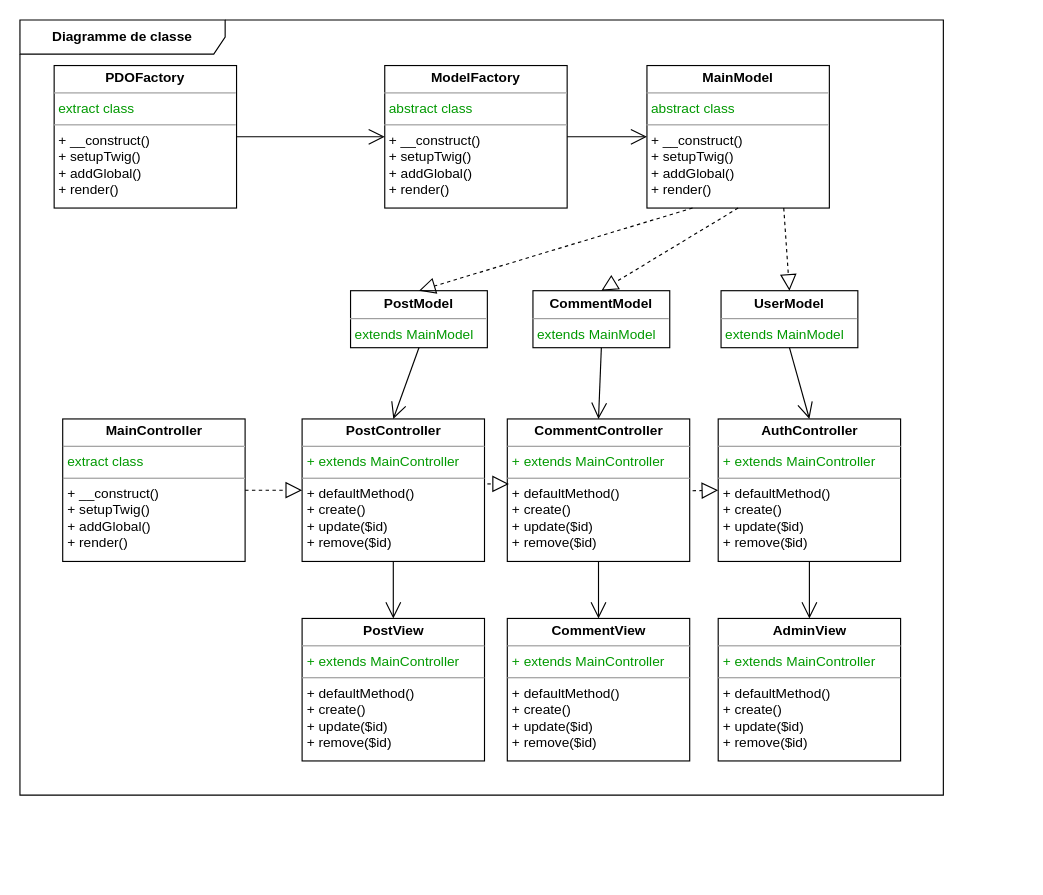
thomas-claireau/PHP---P6-Openclassrooms keeps this draw.io diagram as uml-diagrams/drawio/class-diagram.drawio. Above is the earlier version. Source tidied: cells renumbered, new cells numbered last; positions are measured from the earlier drawing's top-left corner, leaving out a move shared by most shapes. Both pictures are drawn from the tidied source at 114%, with x=0, y=0 at pixel (19, 19).
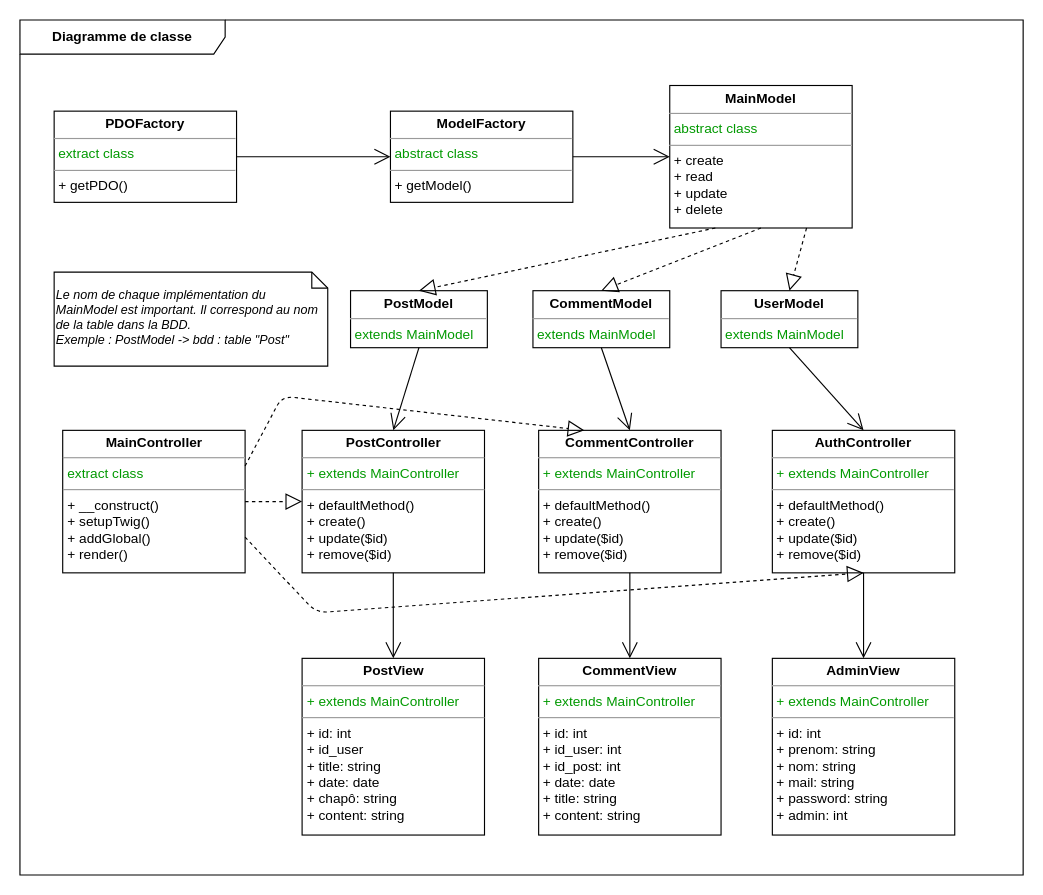
The same diagram, later.

Commit message:
update class diagram

Diff of the diagram source:
```diff
@@
     <mxCell id="2" value="&lt;b&gt;Diagramme de classe&lt;/b&gt;" style="shape=umlFrame;whiteSpace=wrap;html=1;width=180;height=30;fillColor=#FFFFFF;swimlaneFillColor=#ffffff;" parent="1" vertex="1">
-      <mxGeometry width="810" height="680" as="geometry" />
+      <mxGeometry width="880" height="750" as="geometry" />
     </mxCell>
     <mxCell id="3" value="&lt;p style=&quot;margin: 0px ; margin-top: 4px ; text-align: center&quot;&gt;&lt;b&gt;MainController&lt;/b&gt;&lt;/p&gt;&lt;hr size=&quot;1&quot;&gt;&lt;p style=&quot;margin: 0px ; margin-left: 4px&quot;&gt;&lt;font color=&quot;#009900&quot;&gt;extract class&lt;/font&gt;&lt;/p&gt;&lt;hr size=&quot;1&quot;&gt;&lt;p style=&quot;margin: 0px ; margin-left: 4px&quot;&gt;+ __construct()&lt;/p&gt;&lt;p style=&quot;margin: 0px ; margin-left: 4px&quot;&gt;+ setupTwig()&lt;/p&gt;&lt;p style=&quot;margin: 0px ; margin-left: 4px&quot;&gt;+ addGlobal()&lt;/p&gt;&lt;p style=&quot;margin: 0px ; margin-left: 4px&quot;&gt;+ render()&lt;/p&gt;&amp;nbsp;" style="verticalAlign=top;align=left;overflow=fill;fontSize=12;fontFamily=Helvetica;html=1;strokeColor=#000000;fillColor=#FFFFFF;gradientColor=none;gradientDirection=north;" parent="1" vertex="1">
-      <mxGeometry x="37.5" y="350" width="160" height="125" as="geometry" />
+      <mxGeometry x="37.5" y="360" width="160" height="125" as="geometry" />
     </mxCell>
     <mxCell id="4" value="&lt;p style=&quot;margin: 0px ; margin-top: 4px ; text-align: center&quot;&gt;&lt;b&gt;PostController&lt;/b&gt;&lt;/p&gt;&lt;hr size=&quot;1&quot;&gt;&lt;p style=&quot;margin: 0px ; margin-left: 4px&quot;&gt;&lt;font color=&quot;#009900&quot;&gt;+ extends MainController&lt;br&gt;&lt;/font&gt;&lt;/p&gt;&lt;hr size=&quot;1&quot;&gt;&lt;p style=&quot;margin: 0px ; margin-left: 4px&quot;&gt;+ defaultMethod()&lt;/p&gt;&lt;p style=&quot;margin: 0px ; margin-left: 4px&quot;&gt;+ create()&lt;/p&gt;&lt;p style=&quot;margin: 0px ; margin-left: 4px&quot;&gt;+ update($id)&lt;/p&gt;&lt;p style=&quot;margin: 0px ; margin-left: 4px&quot;&gt;+ remove($id)&lt;/p&gt;&amp;nbsp;" style="verticalAlign=top;align=left;overflow=fill;fontSize=12;fontFamily=Helvetica;html=1;strokeColor=#000000;fillColor=#FFFFFF;gradientColor=none;gradientDirection=north;" parent="1" vertex="1">
-      <mxGeometry x="247.5" y="350" width="160" height="125" as="geometry" />
+      <mxGeometry x="247.5" y="360" width="160" height="125" as="geometry" />
     </mxCell>
     <mxCell id="5" value="&lt;p style=&quot;margin: 0px ; margin-top: 4px ; text-align: center&quot;&gt;&lt;b&gt;CommentController&lt;/b&gt;&lt;/p&gt;&lt;hr size=&quot;1&quot;&gt;&lt;p style=&quot;margin: 0px ; margin-left: 4px&quot;&gt;&lt;font color=&quot;#009900&quot;&gt;+ extends MainController&lt;br&gt;&lt;/font&gt;&lt;/p&gt;&lt;hr size=&quot;1&quot;&gt;&lt;p style=&quot;margin: 0px ; margin-left: 4px&quot;&gt;+ defaultMethod()&lt;/p&gt;&lt;p style=&quot;margin: 0px ; margin-left: 4px&quot;&gt;+ create()&lt;/p&gt;&lt;p style=&quot;margin: 0px ; margin-left: 4px&quot;&gt;+ update($id)&lt;/p&gt;&lt;p style=&quot;margin: 0px ; margin-left: 4px&quot;&gt;+ remove($id)&lt;/p&gt;&amp;nbsp;" style="verticalAlign=top;align=left;overflow=fill;fontSize=12;fontFamily=Helvetica;html=1;strokeColor=#000000;fillColor=#FFFFFF;gradientColor=none;gradientDirection=north;" parent="1" vertex="1">
-      <mxGeometry x="427.5" y="350" width="160" height="125" as="geometry" />
+      <mxGeometry x="455" y="360" width="160" height="125" as="geometry" />
     </mxCell>
     <mxCell id="6" value="&lt;p style=&quot;margin: 0px ; margin-top: 4px ; text-align: center&quot;&gt;&lt;b&gt;AuthController&lt;/b&gt;&lt;/p&gt;&lt;hr size=&quot;1&quot;&gt;&lt;p style=&quot;margin: 0px ; margin-left: 4px&quot;&gt;&lt;font color=&quot;#009900&quot;&gt;+ extends MainController&lt;br&gt;&lt;/font&gt;&lt;/p&gt;&lt;hr size=&quot;1&quot;&gt;&lt;p style=&quot;margin: 0px ; margin-left: 4px&quot;&gt;+ defaultMethod()&lt;/p&gt;&lt;p style=&quot;margin: 0px ; margin-left: 4px&quot;&gt;+ create()&lt;/p&gt;&lt;p style=&quot;margin: 0px ; margin-left: 4px&quot;&gt;+ update($id)&lt;/p&gt;&lt;p style=&quot;margin: 0px ; margin-left: 4px&quot;&gt;+ remove($id)&lt;/p&gt;&amp;nbsp;" style="verticalAlign=top;align=left;overflow=fill;fontSize=12;fontFamily=Helvetica;html=1;strokeColor=#000000;fillColor=#FFFFFF;gradientColor=none;gradientDirection=north;" parent="1" vertex="1">
-      <mxGeometry x="612.5" y="350" width="160" height="125" as="geometry" />
+      <mxGeometry x="660" y="360" width="160" height="125" as="geometry" />
     </mxCell>
-    <mxCell id="7" value="&lt;p style=&quot;margin: 0px ; margin-top: 4px ; text-align: center&quot;&gt;&lt;b&gt;MainModel&lt;/b&gt;&lt;/p&gt;&lt;hr size=&quot;1&quot;&gt;&lt;p style=&quot;margin: 0px ; margin-left: 4px&quot;&gt;&lt;font color=&quot;#009900&quot;&gt;abstract class&lt;/font&gt;&lt;/p&gt;&lt;hr size=&quot;1&quot;&gt;&lt;p style=&quot;margin: 0px ; margin-left: 4px&quot;&gt;+ __construct()&lt;/p&gt;&lt;p style=&quot;margin: 0px ; margin-left: 4px&quot;&gt;+ setupTwig()&lt;/p&gt;&lt;p style=&quot;margin: 0px ; margin-left: 4px&quot;&gt;+ addGlobal()&lt;/p&gt;&lt;p style=&quot;margin: 0px ; margin-left: 4px&quot;&gt;+ render()&lt;/p&gt;&amp;nbsp;" style="verticalAlign=top;align=left;overflow=fill;fontSize=12;fontFamily=Helvetica;html=1;strokeColor=#000000;fillColor=#FFFFFF;gradientColor=none;gradientDirection=north;" parent="1" vertex="1">
-      <mxGeometry x="550" y="40" width="160" height="125" as="geometry" />
+    <mxCell id="7" value="&lt;p style=&quot;margin: 0px ; margin-top: 4px ; text-align: center&quot;&gt;&lt;b&gt;MainModel&lt;/b&gt;&lt;/p&gt;&lt;hr size=&quot;1&quot;&gt;&lt;p style=&quot;margin: 0px ; margin-left: 4px&quot;&gt;&lt;font color=&quot;#009900&quot;&gt;abstract class&lt;/font&gt;&lt;/p&gt;&lt;hr size=&quot;1&quot;&gt;&lt;p style=&quot;margin: 0px ; margin-left: 4px&quot;&gt;+ create&lt;br&gt;&lt;/p&gt;&lt;p style=&quot;margin: 0px ; margin-left: 4px&quot;&gt;+ read&lt;/p&gt;&lt;p style=&quot;margin: 0px ; margin-left: 4px&quot;&gt;+ update&lt;/p&gt;&lt;p style=&quot;margin: 0px ; margin-left: 4px&quot;&gt;+ delete&lt;/p&gt;&amp;nbsp;" style="verticalAlign=top;align=left;overflow=fill;fontSize=12;fontFamily=Helvetica;html=1;strokeColor=#000000;fillColor=#FFFFFF;gradientColor=none;gradientDirection=north;" parent="1" vertex="1">
+      <mxGeometry x="570" y="57.5" width="160" height="125" as="geometry" />
     </mxCell>
-    <mxCell id="8" value="&lt;p style=&quot;margin: 0px ; margin-top: 4px ; text-align: center&quot;&gt;&lt;b&gt;PDOFactory&lt;/b&gt;&lt;/p&gt;&lt;hr size=&quot;1&quot;&gt;&lt;p style=&quot;margin: 0px ; margin-left: 4px&quot;&gt;&lt;font color=&quot;#009900&quot;&gt;extract class&lt;/font&gt;&lt;/p&gt;&lt;hr size=&quot;1&quot;&gt;&lt;p style=&quot;margin: 0px ; margin-left: 4px&quot;&gt;+ __construct()&lt;/p&gt;&lt;p style=&quot;margin: 0px ; margin-left: 4px&quot;&gt;+ setupTwig()&lt;/p&gt;&lt;p style=&quot;margin: 0px ; margin-left: 4px&quot;&gt;+ addGlobal()&lt;/p&gt;&lt;p style=&quot;margin: 0px ; margin-left: 4px&quot;&gt;+ render()&lt;/p&gt;&amp;nbsp;" style="verticalAlign=top;align=left;overflow=fill;fontSize=12;fontFamily=Helvetica;html=1;strokeColor=#000000;fillColor=#FFFFFF;gradientColor=none;gradientDirection=north;" parent="1" vertex="1">
-      <mxGeometry x="30" y="40" width="160" height="125" as="geometry" />
+    <mxCell id="8" value="&lt;p style=&quot;margin: 0px ; margin-top: 4px ; text-align: center&quot;&gt;&lt;b&gt;PDOFactory&lt;/b&gt;&lt;/p&gt;&lt;hr size=&quot;1&quot;&gt;&lt;p style=&quot;margin: 0px ; margin-left: 4px&quot;&gt;&lt;font color=&quot;#009900&quot;&gt;extract class&lt;/font&gt;&lt;/p&gt;&lt;hr size=&quot;1&quot;&gt;&lt;p style=&quot;margin: 0px ; margin-left: 4px&quot;&gt;+&amp;nbsp;getPDO()&lt;br&gt;&lt;/p&gt;&amp;nbsp;" style="verticalAlign=top;align=left;overflow=fill;fontSize=12;fontFamily=Helvetica;html=1;strokeColor=#000000;fillColor=#FFFFFF;gradientColor=none;gradientDirection=north;" parent="1" vertex="1">
+      <mxGeometry x="30" y="80" width="160" height="80" as="geometry" />
     </mxCell>
-    <mxCell id="9" value="&lt;p style=&quot;margin: 0px ; margin-top: 4px ; text-align: center&quot;&gt;&lt;b&gt;ModelFactory&lt;/b&gt;&lt;/p&gt;&lt;hr size=&quot;1&quot;&gt;&lt;p style=&quot;margin: 0px ; margin-left: 4px&quot;&gt;&lt;font color=&quot;#009900&quot;&gt;abstract class&lt;/font&gt;&lt;/p&gt;&lt;hr size=&quot;1&quot;&gt;&lt;p style=&quot;margin: 0px ; margin-left: 4px&quot;&gt;+ __construct()&lt;/p&gt;&lt;p style=&quot;margin: 0px ; margin-left: 4px&quot;&gt;+ setupTwig()&lt;/p&gt;&lt;p style=&quot;margin: 0px ; margin-left: 4px&quot;&gt;+ addGlobal()&lt;/p&gt;&lt;p style=&quot;margin: 0px ; margin-left: 4px&quot;&gt;+ render()&lt;/p&gt;&amp;nbsp;" style="verticalAlign=top;align=left;overflow=fill;fontSize=12;fontFamily=Helvetica;html=1;strokeColor=#000000;fillColor=#FFFFFF;gradientColor=none;gradientDirection=north;" parent="1" vertex="1">
-      <mxGeometry x="320" y="40" width="160" height="125" as="geometry" />
+    <mxCell id="9" value="&lt;p style=&quot;margin: 0px ; margin-top: 4px ; text-align: center&quot;&gt;&lt;b&gt;ModelFactory&lt;/b&gt;&lt;/p&gt;&lt;hr size=&quot;1&quot;&gt;&lt;p style=&quot;margin: 0px ; margin-left: 4px&quot;&gt;&lt;font color=&quot;#009900&quot;&gt;abstract class&lt;/font&gt;&lt;/p&gt;&lt;hr size=&quot;1&quot;&gt;&lt;p style=&quot;margin: 0px ; margin-left: 4px&quot;&gt;+&amp;nbsp;getModel()&amp;nbsp;&lt;/p&gt;&amp;nbsp;" style="verticalAlign=top;align=left;overflow=fill;fontSize=12;fontFamily=Helvetica;html=1;strokeColor=#000000;fillColor=#FFFFFF;gradientColor=none;gradientDirection=north;" parent="1" vertex="1">
+      <mxGeometry x="325" y="80" width="160" height="80" as="geometry" />
     </mxCell>
@@
-    <mxCell id="13" value="&lt;p style=&quot;margin: 0px ; margin-top: 4px ; text-align: center&quot;&gt;&lt;b&gt;PostView&lt;/b&gt;&lt;/p&gt;&lt;hr size=&quot;1&quot;&gt;&lt;p style=&quot;margin: 0px ; margin-left: 4px&quot;&gt;&lt;font color=&quot;#009900&quot;&gt;+ extends MainController&lt;br&gt;&lt;/font&gt;&lt;/p&gt;&lt;hr size=&quot;1&quot;&gt;&lt;p style=&quot;margin: 0px ; margin-left: 4px&quot;&gt;+ defaultMethod()&lt;/p&gt;&lt;p style=&quot;margin: 0px ; margin-left: 4px&quot;&gt;+ create()&lt;/p&gt;&lt;p style=&quot;margin: 0px ; margin-left: 4px&quot;&gt;+ update($id)&lt;/p&gt;&lt;p style=&quot;margin: 0px ; margin-left: 4px&quot;&gt;+ remove($id)&lt;/p&gt;&amp;nbsp;" style="verticalAlign=top;align=left;overflow=fill;fontSize=12;fontFamily=Helvetica;html=1;strokeColor=#000000;fillColor=#FFFFFF;gradientColor=none;gradientDirection=north;" parent="1" vertex="1">
-      <mxGeometry x="247.5" y="525" width="160" height="125" as="geometry" />
+    <mxCell id="13" value="&lt;p style=&quot;margin: 0px ; margin-top: 4px ; text-align: center&quot;&gt;&lt;b&gt;PostView&lt;/b&gt;&lt;/p&gt;&lt;hr size=&quot;1&quot;&gt;&lt;p style=&quot;margin: 0px ; margin-left: 4px&quot;&gt;&lt;font color=&quot;#009900&quot;&gt;+ extends MainController&lt;br&gt;&lt;/font&gt;&lt;/p&gt;&lt;hr size=&quot;1&quot;&gt;&lt;p style=&quot;margin: 0px ; margin-left: 4px&quot;&gt;+ id: int&lt;/p&gt;&lt;p style=&quot;margin: 0px ; margin-left: 4px&quot;&gt;+ id_user&lt;/p&gt;&lt;p style=&quot;margin: 0px ; margin-left: 4px&quot;&gt;+ title: string&lt;/p&gt;&lt;p style=&quot;margin: 0px ; margin-left: 4px&quot;&gt;+ date: date&lt;/p&gt;&lt;p style=&quot;margin: 0px ; margin-left: 4px&quot;&gt;+ chapô: string&lt;/p&gt;&lt;p style=&quot;margin: 0px ; margin-left: 4px&quot;&gt;+ content: string&lt;/p&gt;&amp;nbsp;" style="verticalAlign=top;align=left;overflow=fill;fontSize=12;fontFamily=Helvetica;html=1;strokeColor=#000000;fillColor=#FFFFFF;gradientColor=none;gradientDirection=north;" parent="1" vertex="1">
+      <mxGeometry x="247.5" y="560" width="160" height="155" as="geometry" />
     </mxCell>
-    <mxCell id="14" value="&lt;p style=&quot;margin: 0px ; margin-top: 4px ; text-align: center&quot;&gt;&lt;b&gt;CommentView&lt;/b&gt;&lt;/p&gt;&lt;hr size=&quot;1&quot;&gt;&lt;p style=&quot;margin: 0px ; margin-left: 4px&quot;&gt;&lt;font color=&quot;#009900&quot;&gt;+ extends MainController&lt;br&gt;&lt;/font&gt;&lt;/p&gt;&lt;hr size=&quot;1&quot;&gt;&lt;p style=&quot;margin: 0px ; margin-left: 4px&quot;&gt;+ defaultMethod()&lt;/p&gt;&lt;p style=&quot;margin: 0px ; margin-left: 4px&quot;&gt;+ create()&lt;/p&gt;&lt;p style=&quot;margin: 0px ; margin-left: 4px&quot;&gt;+ update($id)&lt;/p&gt;&lt;p style=&quot;margin: 0px ; margin-left: 4px&quot;&gt;+ remove($id)&lt;/p&gt;&amp;nbsp;" style="verticalAlign=top;align=left;overflow=fill;fontSize=12;fontFamily=Helvetica;html=1;strokeColor=#000000;fillColor=#FFFFFF;gradientColor=none;gradientDirection=north;" parent="1" vertex="1">
-      <mxGeometry x="427.5" y="525" width="160" height="125" as="geometry" />
+    <mxCell id="14" value="&lt;p style=&quot;margin: 0px ; margin-top: 4px ; text-align: center&quot;&gt;&lt;b&gt;CommentView&lt;/b&gt;&lt;/p&gt;&lt;hr size=&quot;1&quot;&gt;&lt;p style=&quot;margin: 0px ; margin-left: 4px&quot;&gt;&lt;font color=&quot;#009900&quot;&gt;+ extends MainController&lt;br&gt;&lt;/font&gt;&lt;/p&gt;&lt;hr size=&quot;1&quot;&gt;&lt;p style=&quot;margin: 0px ; margin-left: 4px&quot;&gt;+ id: int&lt;/p&gt;&lt;p style=&quot;margin: 0px ; margin-left: 4px&quot;&gt;+ id_user: int&lt;/p&gt;&lt;p style=&quot;margin: 0px ; margin-left: 4px&quot;&gt;+ id_post: int&lt;/p&gt;&lt;p style=&quot;margin: 0px ; margin-left: 4px&quot;&gt;+ date: date&lt;/p&gt;&lt;p style=&quot;margin: 0px ; margin-left: 4px&quot;&gt;+ title: string&lt;/p&gt;&lt;p style=&quot;margin: 0px ; margin-left: 4px&quot;&gt;+ content: string&lt;/p&gt;&amp;nbsp;" style="verticalAlign=top;align=left;overflow=fill;fontSize=12;fontFamily=Helvetica;html=1;strokeColor=#000000;fillColor=#FFFFFF;gradientColor=none;gradientDirection=north;" parent="1" vertex="1">
+      <mxGeometry x="455" y="560" width="160" height="155" as="geometry" />
     </mxCell>
-    <mxCell id="15" value="&lt;p style=&quot;margin: 0px ; margin-top: 4px ; text-align: center&quot;&gt;&lt;b&gt;AdminView&lt;/b&gt;&lt;/p&gt;&lt;hr size=&quot;1&quot;&gt;&lt;p style=&quot;margin: 0px ; margin-left: 4px&quot;&gt;&lt;font color=&quot;#009900&quot;&gt;+ extends MainController&lt;br&gt;&lt;/font&gt;&lt;/p&gt;&lt;hr size=&quot;1&quot;&gt;&lt;p style=&quot;margin: 0px ; margin-left: 4px&quot;&gt;+ defaultMethod()&lt;/p&gt;&lt;p style=&quot;margin: 0px ; margin-left: 4px&quot;&gt;+ create()&lt;/p&gt;&lt;p style=&quot;margin: 0px ; margin-left: 4px&quot;&gt;+ update($id)&lt;/p&gt;&lt;p style=&quot;margin: 0px ; margin-left: 4px&quot;&gt;+ remove($id)&lt;/p&gt;&amp;nbsp;" style="verticalAlign=top;align=left;overflow=fill;fontSize=12;fontFamily=Helvetica;html=1;strokeColor=#000000;fillColor=#FFFFFF;gradientColor=none;gradientDirection=north;" parent="1" vertex="1">
-      <mxGeometry x="612.5" y="525" width="160" height="125" as="geometry" />
+    <mxCell id="15" value="&lt;p style=&quot;margin: 0px ; margin-top: 4px ; text-align: center&quot;&gt;&lt;b&gt;AdminView&lt;/b&gt;&lt;/p&gt;&lt;hr size=&quot;1&quot;&gt;&lt;p style=&quot;margin: 0px ; margin-left: 4px&quot;&gt;&lt;font color=&quot;#009900&quot;&gt;+ extends MainController&lt;br&gt;&lt;/font&gt;&lt;/p&gt;&lt;hr size=&quot;1&quot;&gt;&lt;p style=&quot;margin: 0px ; margin-left: 4px&quot;&gt;+ id: int&lt;/p&gt;&lt;p style=&quot;margin: 0px ; margin-left: 4px&quot;&gt;+ prenom: string&lt;/p&gt;&lt;p style=&quot;margin: 0px ; margin-left: 4px&quot;&gt;+ nom: string&lt;/p&gt;&lt;p style=&quot;margin: 0px ; margin-left: 4px&quot;&gt;+ mail: string&lt;/p&gt;&lt;p style=&quot;margin: 0px ; margin-left: 4px&quot;&gt;+ password: string&lt;/p&gt;&lt;p style=&quot;margin: 0px ; margin-left: 4px&quot;&gt;+ admin: int&lt;/p&gt;&amp;nbsp;" style="verticalAlign=top;align=left;overflow=fill;fontSize=12;fontFamily=Helvetica;html=1;strokeColor=#000000;fillColor=#FFFFFF;gradientColor=none;gradientDirection=north;" parent="1" vertex="1">
+      <mxGeometry x="660" y="560" width="160" height="155" as="geometry" />
     </mxCell>
@@
-    <mxCell id="25" style="endArrow=block;dashed=1;endFill=0;endSize=12;html=1;entryX=0.009;entryY=0.456;entryDx=0;entryDy=0;entryPerimeter=0;" parent="1" edge="1" target="5">
-      <mxGeometry relative="1" as="geometry">
-        <mxPoint x="410" y="407" as="sourcePoint" />
-      </mxGeometry>
-    </mxCell>
-    <mxCell id="26" style="endArrow=block;dashed=1;endFill=0;endSize=12;html=1;entryX=0;entryY=0.5;entryDx=0;entryDy=0;" parent="1" edge="1" target="6">
-      <mxGeometry relative="1" as="geometry">
-        <mxPoint x="590" y="413" as="sourcePoint" />
-      </mxGeometry>
-    </mxCell>
@@
+    <mxCell id="30" value="&lt;br&gt;Le nom de chaque implémentation du MainModel est important. Il correspond au nom de la table dans la BDD.&lt;br style=&quot;font-size: 11px&quot;&gt;Exemple : PostModel -&amp;gt; bdd : table &quot;Post&quot;" style="shape=note;whiteSpace=wrap;html=1;size=14;verticalAlign=top;align=left;spacingTop=-6;fontSize=11;fontStyle=2;" parent="1" vertex="1">
+      <mxGeometry x="30" y="221.2" width="240" height="82.5" as="geometry" />
+    </mxCell>
+    <mxCell id="31" style="endArrow=block;dashed=1;endFill=0;endSize=12;html=1;exitX=1;exitY=0.25;exitDx=0;exitDy=0;entryX=0.25;entryY=0;entryDx=0;entryDy=0;" parent="1" edge="1" source="3" target="5">
+      <mxGeometry relative="1" as="geometry">
+        <Array as="points">
+          <mxPoint x="230" y="330" />
+        </Array>
+      </mxGeometry>
+    </mxCell>
+    <mxCell id="32" style="endArrow=block;dashed=1;endFill=0;endSize=12;html=1;entryX=0.5;entryY=1;entryDx=0;entryDy=0;exitX=1;exitY=0.75;exitDx=0;exitDy=0;" parent="1" edge="1" source="3" target="6">
+      <mxGeometry relative="1" as="geometry">
+        <Array as="points">
+          <mxPoint x="260" y="520" />
+        </Array>
+      </mxGeometry>
+    </mxCell>
```
